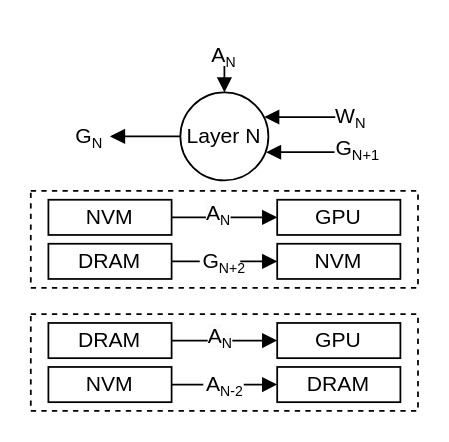
This is fig/pipeline2.drawio from icszhr/NCheck, a draw.io file, before an edit. Source tidied: cells renumbered, new cells numbered last; positions are measured from the earlier drawing's top-left corner, leaving out a move shared by most shapes. Both pictures are drawn from the tidied source at 176%, with x=0, y=0 at pixel (30, 30).
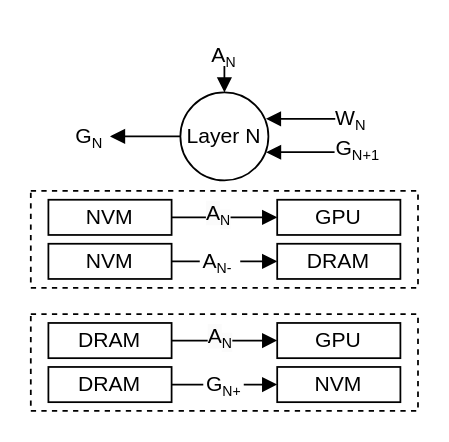
The same diagram, later.

Unchanged cells that the change refers to:
```xml
<mxCell id="5" value="Layer N" style="ellipse;whiteSpace=wrap;html=1;" parent="1" vertex="1">
  <mxGeometry x="85" y="35" width="50" height="50" as="geometry" />
</mxCell>
```

Diff of the diagram source:
```diff
@@
-    <mxCell id="4" style="edgeStyle=orthogonalEdgeStyle;rounded=0;jettySize=auto;html=1;exitX=0.952;exitY=0.28;exitDx=0;exitDy=0;endArrow=none;endFill=0;startArrow=block;startFill=1;exitPerimeter=0;entryX=0;entryY=0.5;entryDx=0;entryDy=0;" parent="1" edge="1" source="5" target="10">
-      <mxGeometry relative="1" as="geometry" />
+    <mxCell id="4" style="rounded=0;jettySize=auto;html=1;exitX=0.952;exitY=0.28;exitDx=0;exitDy=0;endArrow=none;endFill=0;startArrow=block;startFill=1;exitPerimeter=0;entryX=0;entryY=0.5;entryDx=0;entryDy=0;" parent="1" edge="1" target="10">
+      <mxGeometry relative="1" as="geometry">
+        <mxPoint x="133.6" y="50" as="sourcePoint" />
+      </mxGeometry>
     </mxCell>
@@
     <mxCell id="10" value="W&lt;span style=&quot;font-size: 10px;&quot;&gt;&lt;sub&gt;N&lt;/sub&gt;&lt;/span&gt;" style="text;html=1;align=center;verticalAlign=middle;whiteSpace=wrap;rounded=0;" parent="1" vertex="1">
-      <mxGeometry x="173" y="40" width="18" height="18" as="geometry" />
+      <mxGeometry x="173" y="41" width="18" height="18" as="geometry" />
     </mxCell>
@@
-    <mxCell id="16" value="DRAM" style="rounded=0;whiteSpace=wrap;html=1;" parent="1" vertex="1">
+    <mxCell id="16" value="NVM" style="rounded=0;whiteSpace=wrap;html=1;" parent="1" vertex="1">
       <mxGeometry x="10" y="121" width="70" height="20" as="geometry" />
     </mxCell>
-    <mxCell id="17" value="NVM" style="rounded=0;whiteSpace=wrap;html=1;" parent="1" vertex="1">
+    <mxCell id="17" value="DRAM" style="rounded=0;whiteSpace=wrap;html=1;" parent="1" vertex="1">
       <mxGeometry x="140" y="121" width="70" height="20" as="geometry" />
     </mxCell>
-    <mxCell id="18" value="&lt;div style=&quot;text-align: center;&quot;&gt;G&lt;sub&gt;&lt;font style=&quot;font-size: 8px;&quot;&gt;N+2&lt;/font&gt;&lt;/sub&gt;&lt;br&gt;&lt;/div&gt;" style="text;whiteSpace=wrap;html=1;fillColor=default;" parent="1" vertex="1">
+    <mxCell id="18" value="&lt;div style=&quot;text-align: center;&quot;&gt;A&lt;sub&gt;&lt;font style=&quot;font-size: 8px;&quot;&gt;N-&lt;/font&gt;&lt;/sub&gt;&lt;br&gt;&lt;/div&gt;" style="text;whiteSpace=wrap;html=1;fillColor=default;" parent="1" vertex="1">
       <mxGeometry x="96" y="117" width="23" height="24" as="geometry" />
     </mxCell>
@@
-    <mxCell id="25" value="NVM" style="rounded=0;whiteSpace=wrap;html=1;" parent="1" vertex="1">
+    <mxCell id="25" value="DRAM" style="rounded=0;whiteSpace=wrap;html=1;" parent="1" vertex="1">
       <mxGeometry x="10" y="191" width="70" height="20" as="geometry" />
     </mxCell>
-    <mxCell id="26" value="DRAM" style="rounded=0;whiteSpace=wrap;html=1;" parent="1" vertex="1">
+    <mxCell id="26" value="NVM" style="rounded=0;whiteSpace=wrap;html=1;" parent="1" vertex="1">
       <mxGeometry x="140" y="191" width="70" height="20" as="geometry" />
     </mxCell>
-    <mxCell id="27" value="&lt;div style=&quot;text-align: center;&quot;&gt;A&lt;sub&gt;&lt;font style=&quot;font-size: 8px;&quot;&gt;N-2&lt;/font&gt;&lt;/sub&gt;&lt;br&gt;&lt;/div&gt;" style="text;whiteSpace=wrap;html=1;fillColor=default;" parent="1" vertex="1">
+    <mxCell id="27" value="&lt;div style=&quot;text-align: center;&quot;&gt;G&lt;sub&gt;&lt;font style=&quot;font-size: 8px;&quot;&gt;N+&lt;/font&gt;&lt;/sub&gt;&lt;br&gt;&lt;/div&gt;" style="text;whiteSpace=wrap;html=1;fillColor=default;" parent="1" vertex="1">
       <mxGeometry x="98" y="187" width="23" height="24" as="geometry" />
     </mxCell>
```
